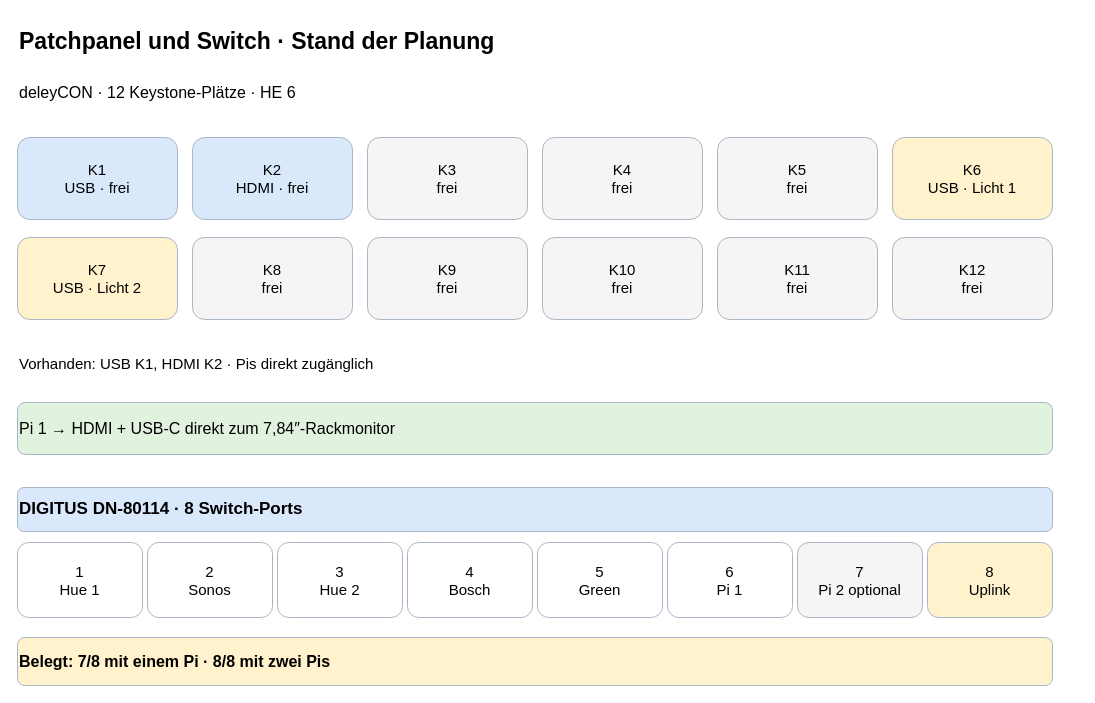
This is page "Switch und Patchpanel" (4 of 5) of 10-zoll-rack-planung.drawio from tiptronic/diagrams, a draw.io file, before an edit. Source tidied: cells renumbered, new cells numbered last; positions are measured from the earlier drawing's top-left corner, leaving out a move shared by most shapes. Both pictures are drawn from the tidied source at 100%, with x=0, y=0 at pixel (17, 17).
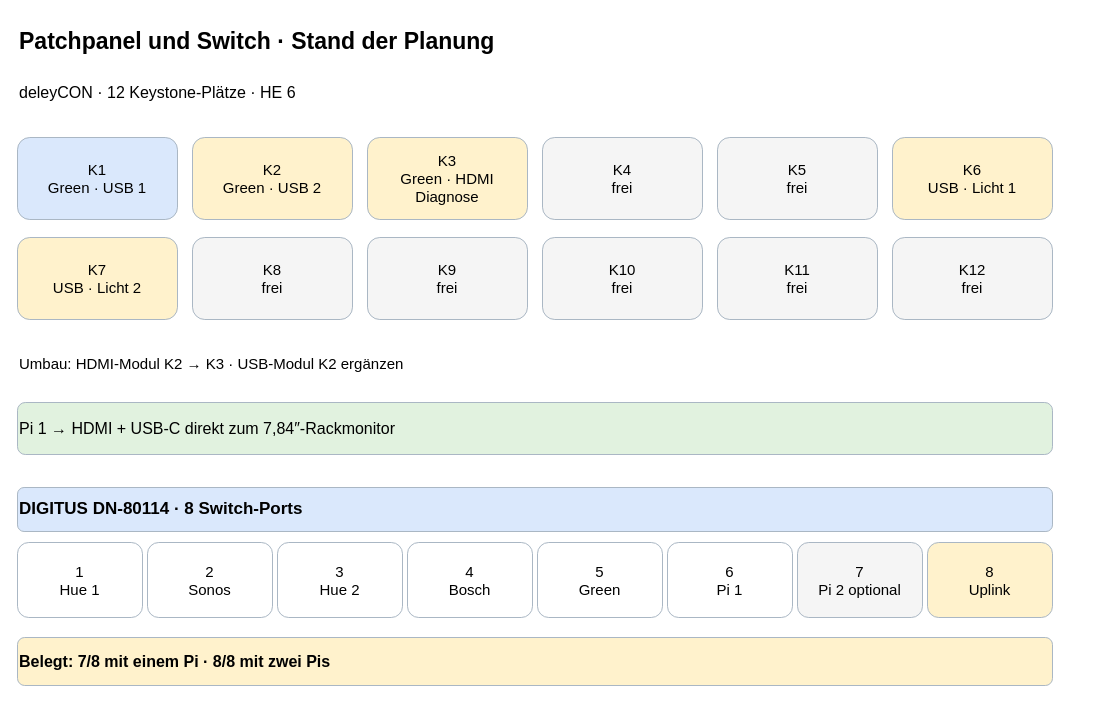
The same page after the edit.

Commit message (it also covers changes not shown here):
Assign Green ports on patch panel

What changed in the source:
```diff
@@
-    <mxCell id="4" value="K1&#10;USB · frei" style="rounded=1;whiteSpace=wrap;html=1;align=center;verticalAlign=middle;strokeWidth=1;fontSize=15;fillColor=#dae8fc;strokeColor=#aab7c4;" parent="1" vertex="1">
+    <mxCell id="4" value="K1&#10;Green · USB 1" style="rounded=1;whiteSpace=wrap;html=1;align=center;verticalAlign=middle;strokeWidth=1;fontSize=15;fillColor=#dae8fc;strokeColor=#aab7c4;" parent="1" vertex="1">
       <mxGeometry y="120" width="160" height="82" as="geometry" />
     </mxCell>
-    <mxCell id="5" value="K2&#10;HDMI · frei" style="rounded=1;whiteSpace=wrap;html=1;align=center;verticalAlign=middle;strokeWidth=1;fontSize=15;fillColor=#dae8fc;strokeColor=#aab7c4;" parent="1" vertex="1">
+    <mxCell id="5" value="K2&#10;Green · USB 2" style="rounded=1;whiteSpace=wrap;html=1;align=center;verticalAlign=middle;strokeWidth=1;fontSize=15;fillColor=#fff2cc;strokeColor=#aab7c4;" parent="1" vertex="1">
       <mxGeometry x="175" y="120" width="160" height="82" as="geometry" />
     </mxCell>
-    <mxCell id="6" value="K3&#10;frei" style="rounded=1;whiteSpace=wrap;html=1;align=center;verticalAlign=middle;strokeWidth=1;fontSize=15;fillColor=#f5f5f5;strokeColor=#aab7c4;" parent="1" vertex="1">
+    <mxCell id="6" value="K3&#10;Green · HDMI Diagnose" style="rounded=1;whiteSpace=wrap;html=1;align=center;verticalAlign=middle;strokeWidth=1;fontSize=15;fillColor=#fff2cc;strokeColor=#aab7c4;" parent="1" vertex="1">
       <mxGeometry x="350" y="120" width="160" height="82" as="geometry" />
     </mxCell>
@@
-    <mxCell id="16" value="Vorhanden: USB K1, HDMI K2 · Pis direkt zugänglich" style="rounded=1;whiteSpace=wrap;html=1;align=left;verticalAlign=middle;strokeWidth=1;fontSize=15;fillColor=#ffffff;strokeColor=#ffffff;" parent="1" vertex="1">
+    <mxCell id="16" value="Umbau: HDMI-Modul K2 → K3 · USB-Modul K2 ergänzen" style="rounded=1;whiteSpace=wrap;html=1;align=left;verticalAlign=middle;strokeWidth=1;fontSize=15;fillColor=#ffffff;strokeColor=#ffffff;" parent="1" vertex="1">
       <mxGeometry y="325" width="1035" height="42" as="geometry" />
     </mxCell>
```
